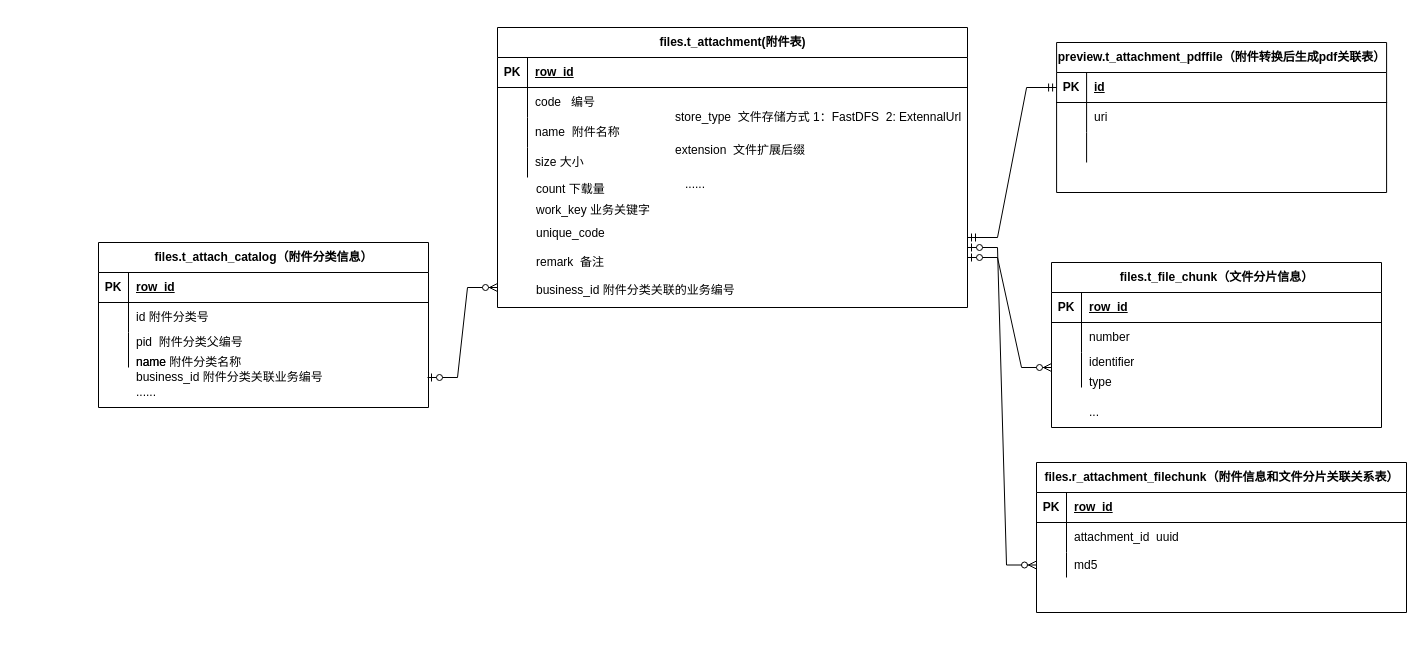
This is page "第 17 页" (17 of 17) of Untitled Diagram.drawio from JnCaoxia/java-learn, a draw.io file, before an edit. Source tidied: cells renumbered, new cells numbered last; positions are measured from the earlier drawing's top-left corner, leaving out a move shared by most shapes. Both pictures are drawn from the tidied source at 100%, with x=0, y=0 at pixel (17, 17).
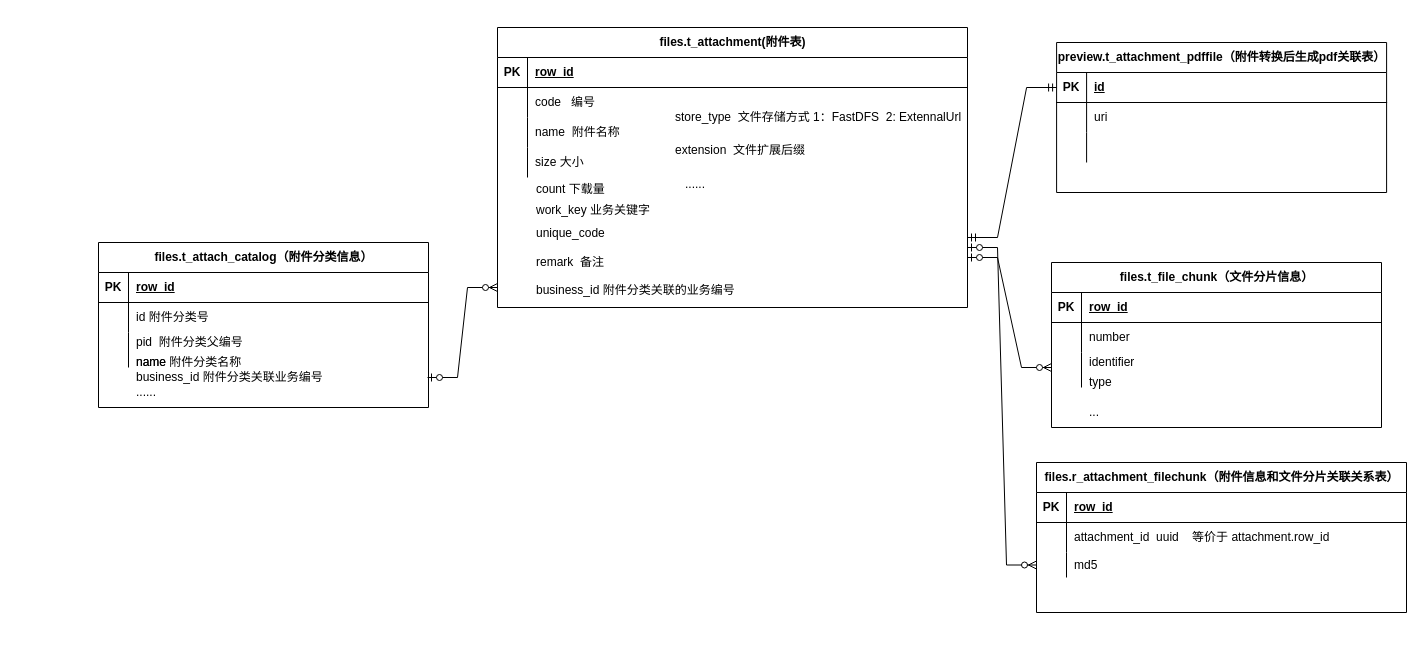
After the change.

Unchanged cells that the change refers to:
```xml
<mxCell id="56" style="shape=tableRow;horizontal=0;startSize=0;swimlaneHead=0;swimlaneBody=0;fillColor=none;top=0;left=0;right=0;bottom=0;" parent="52" vertex="1">
  <mxGeometry y="60" width="370" height="30" as="geometry" />
</mxCell>
```

Change to the diagram source:
```diff
@@
-    <mxCell id="58" value="attachment_id&amp;nbsp; uuid" style="shape=partialRectangle;fillColor=none;top=0;left=0;bottom=0;right=0;align=left;spacingLeft=6;overflow=hidden;whiteSpace=wrap;html=1;" parent="56" vertex="1">
+    <mxCell id="58" value="attachment_id&amp;nbsp; uuid&amp;nbsp; &amp;nbsp; 等价于 attachment.row_id" style="shape=partialRectangle;fillColor=none;top=0;left=0;bottom=0;right=0;align=left;spacingLeft=6;overflow=hidden;whiteSpace=wrap;html=1;" parent="56" vertex="1">
       <mxGeometry x="30" width="340" height="30" as="geometry" />
     </mxCell>
```
